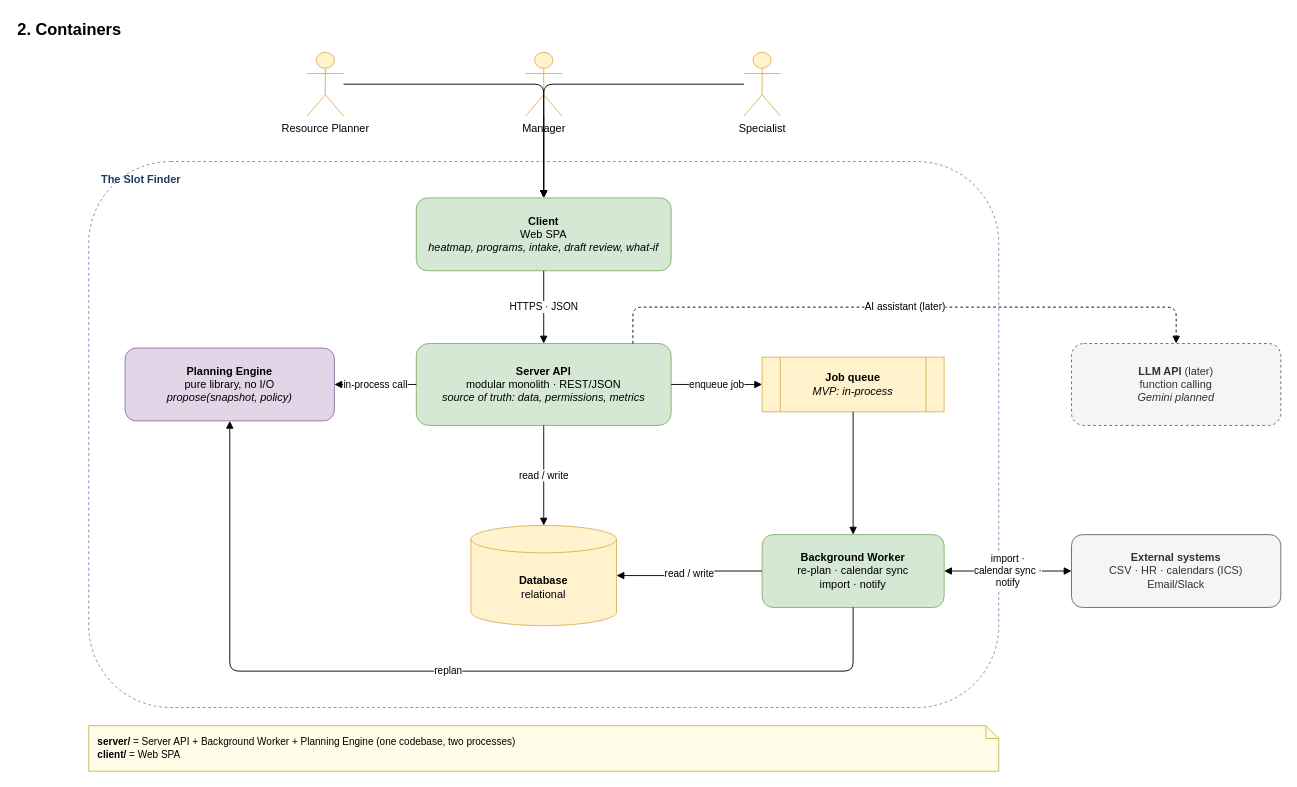
The draw.io diagram page "2. Containers" (2 of 9) of docs/architecture.drawio in dophnamm/the-slot-finder, before the edit. Source tidied: cells renumbered, new cells numbered last; positions are measured from the earlier drawing's top-left corner, leaving out a move shared by most shapes. Both pictures are drawn from the tidied source at 91%, with x=0, y=0 at pixel (15, 15).
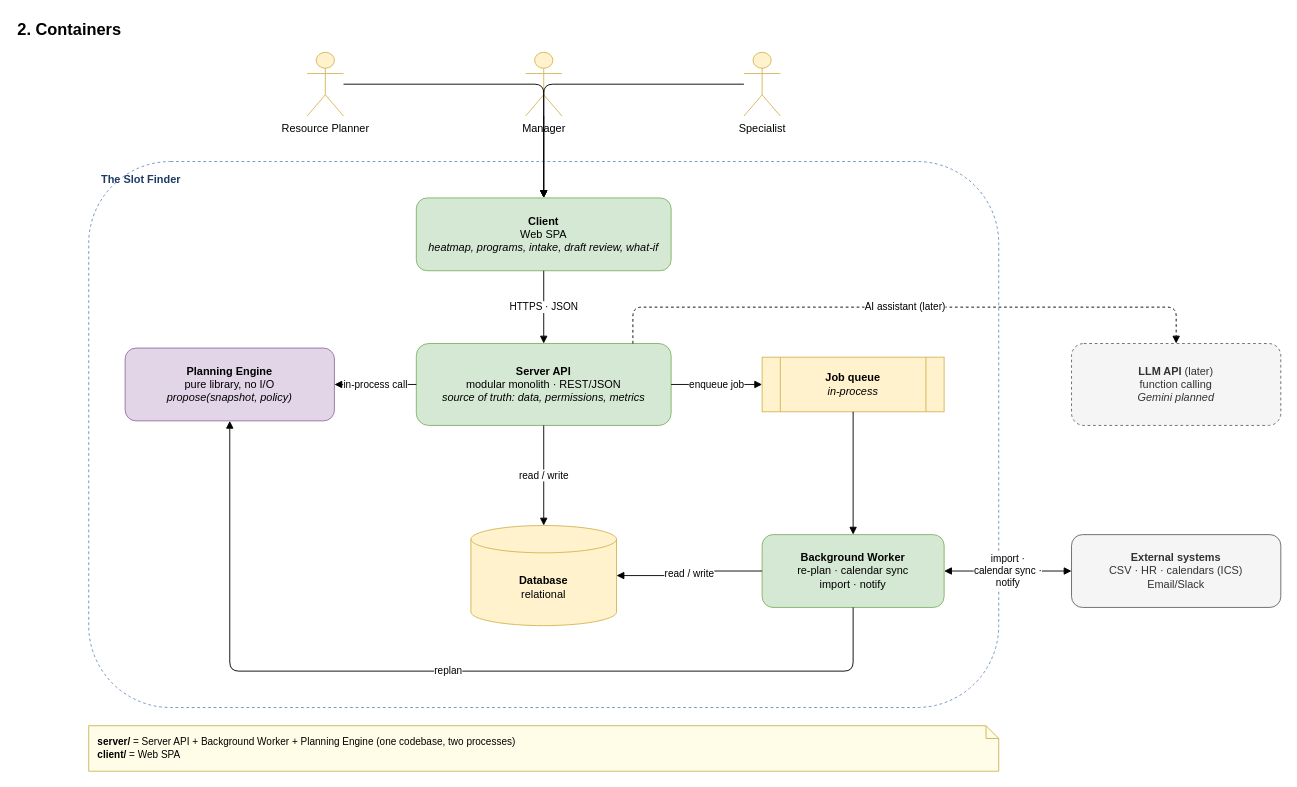
The same page after the edit.

Diff of the diagram source:
```diff
@@
-    <mxCell id="10" value="&lt;b&gt;Job queue&lt;/b&gt;&lt;br&gt;&lt;i&gt;MVP: in-process&lt;/i&gt;" style="shape=process;whiteSpace=wrap;html=1;backgroundOutline=1;fillColor=#fff2cc;strokeColor=#d6b656;" parent="1" vertex="1">
+    <mxCell id="10" value="&lt;b&gt;Job queue&lt;/b&gt;&lt;br&gt;&lt;i&gt;in-process&lt;/i&gt;" style="shape=process;whiteSpace=wrap;html=1;backgroundOutline=1;fillColor=#fff2cc;strokeColor=#d6b656;" parent="1" vertex="1">
       <mxGeometry x="820" y="375" width="200" height="60" as="geometry" />
     </mxCell>
```
